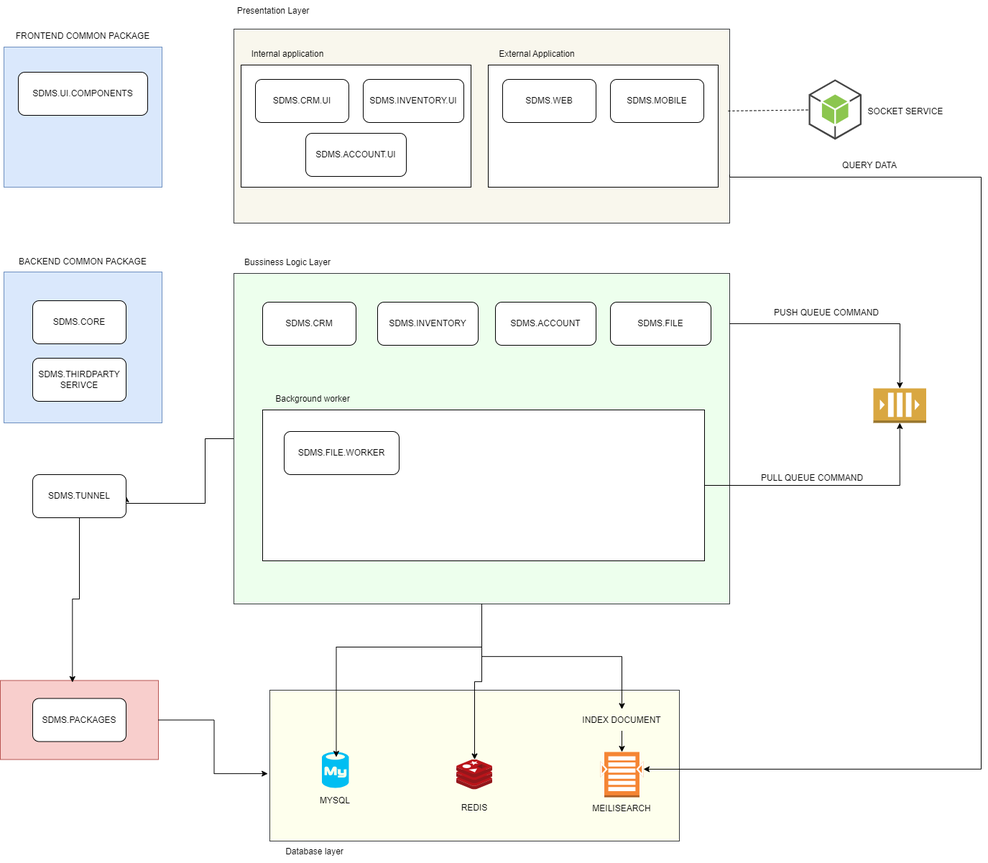
The draw.io diagram images/layer-overview.png in phamvietdung/sdms.architecture, before a commit. Source tidied: cells renumbered, new cells last; positions are measured from the earlier drawing's top-left corner, leaving out a move shared by most shapes.
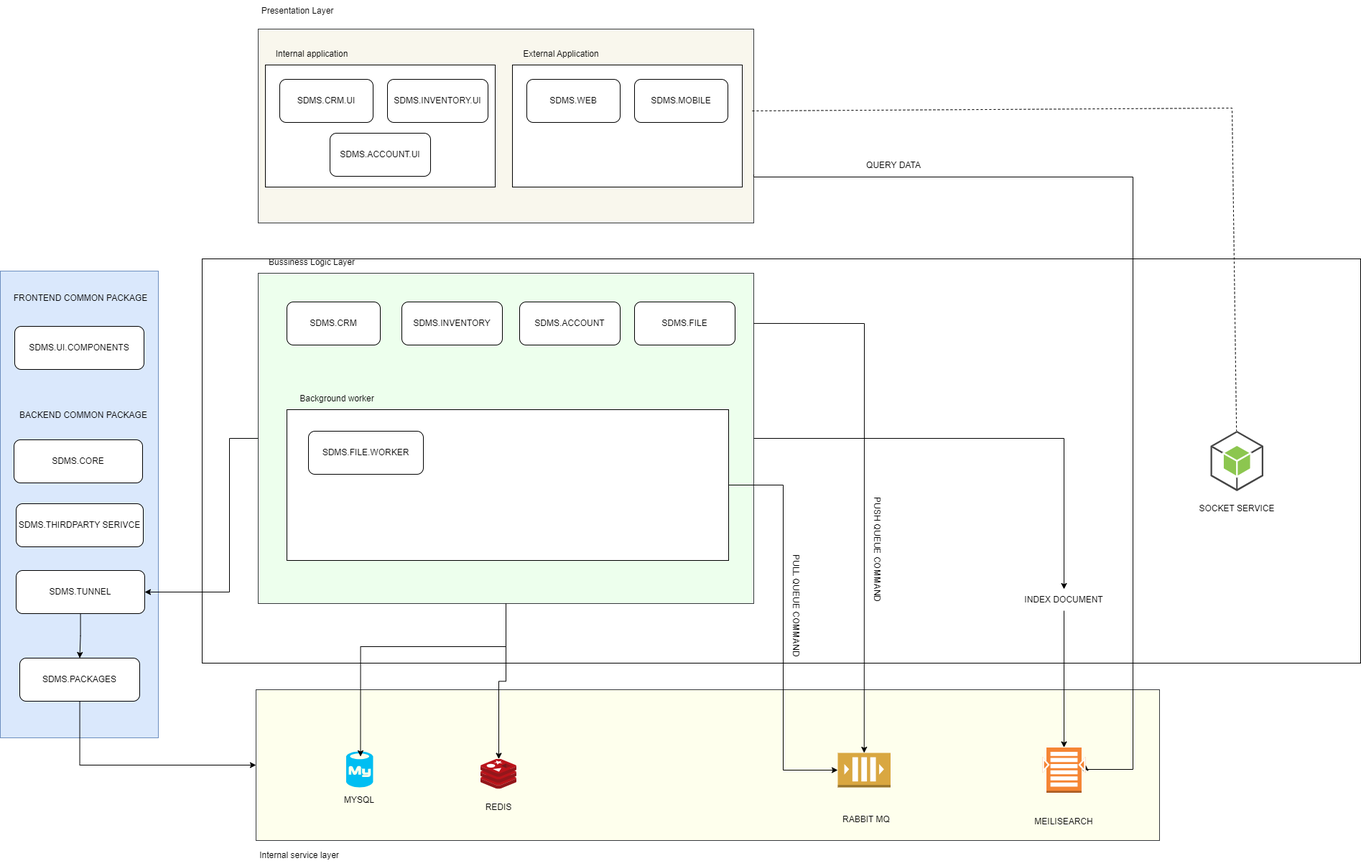
The same file after the commit.

Diff of the diagram source:
```diff
@@ -2,8 +2,11 @@
   <root>
     <mxCell id="0" />
     <mxCell id="1" parent="0" />
+    <mxCell id="58" style="rounded=0;whiteSpace=wrap;html=1;" parent="1" vertex="1">
+      <mxGeometry x="247" y="360" width="1613" height="563" as="geometry" />
+    </mxCell>
     <mxCell id="2" style="rounded=0;whiteSpace=wrap;html=1;fillColor=#FEFFED;strokeColor=#36393d;" parent="1" vertex="1">
-      <mxGeometry x="375" y="960" width="570" height="210" as="geometry" />
+      <mxGeometry x="322" y="960" width="1258" height="210" as="geometry" />
     </mxCell>
     <mxCell id="3" style="rounded=0;whiteSpace=wrap;html=1;fillColor=#f9f7ed;strokeColor=#36393d;" parent="1" vertex="1">
       <mxGeometry x="325" y="40" width="690" height="270" as="geometry" />
@@ -11,15 +14,6 @@
     <mxCell id="4" style="edgeStyle=orthogonalEdgeStyle;rounded=0;jettySize=auto;html=1;" parent="1" edge="1" source="6" target="41">
       <mxGeometry relative="1" as="geometry" />
     </mxCell>
-    <mxCell id="5" style="edgeStyle=orthogonalEdgeStyle;rounded=0;jettySize=auto;html=1;entryX=1;entryY=0.5;entryDx=0;entryDy=0;" parent="1" edge="1" source="6" target="52">
-      <mxGeometry relative="1" as="geometry">
-        <Array as="points">
-          <mxPoint x="285" y="610" />
-          <mxPoint x="285" y="700" />
-          <mxPoint x="175" y="700" />
-        </Array>
-      </mxGeometry>
-    </mxCell>
     <mxCell id="6" style="rounded=0;whiteSpace=wrap;html=1;fillColor=#EDFFED;strokeColor=#36393d;" parent="1" vertex="1">
       <mxGeometry x="325" y="380" width="690" height="460" as="geometry" />
     </mxCell>
@@ -78,53 +72,58 @@
       <mxGeometry x="395" y="600" width="160" height="60" as="geometry" />
     </mxCell>
     <mxCell id="25" style="rounded=0;whiteSpace=wrap;html=1;fillColor=#dae8fc;strokeColor=#6c8ebf;" parent="1" vertex="1">
-      <mxGeometry x="5" y="378" width="220" height="210" as="geometry" />
+      <mxGeometry x="-34" y="377" width="220" height="650" as="geometry" />
     </mxCell>
     <mxCell id="26" value="SDMS.CORE" style="rounded=1;whiteSpace=wrap;html=1;" parent="1" vertex="1">
-      <mxGeometry x="45" y="418" width="130" height="60" as="geometry" />
+      <mxGeometry x="-15" y="612" width="179" height="60" as="geometry" />
     </mxCell>
     <mxCell id="27" value="SDMS.THIRDPARTY SERIVCE" style="rounded=1;whiteSpace=wrap;html=1;" parent="1" vertex="1">
-      <mxGeometry x="45" y="498" width="130" height="60" as="geometry" />
+      <mxGeometry x="-12" y="701" width="177" height="60" as="geometry" />
     </mxCell>
-    <mxCell id="28" style="rounded=0;whiteSpace=wrap;html=1;fillColor=#dae8fc;strokeColor=#6c8ebf;" parent="1" vertex="1">
-      <mxGeometry x="5" y="65" width="220" height="195" as="geometry" />
-    </mxCell>
     <mxCell id="29" value="SDMS.UI.COMPONENTS" style="rounded=1;whiteSpace=wrap;html=1;" parent="1" vertex="1">
-      <mxGeometry x="25" y="100" width="180" height="60" as="geometry" />
+      <mxGeometry x="-14" y="454" width="180" height="60" as="geometry" />
     </mxCell>
-    <mxCell id="30" style="rounded=0;whiteSpace=wrap;html=1;fillColor=#f8cecc;strokeColor=#b85450;" parent="1" vertex="1">
-      <mxGeometry y="946.5" width="220" height="110" as="geometry" />
-    </mxCell>
+    <mxCell id="59" style="edgeStyle=orthogonalEdgeStyle;rounded=0;jettySize=auto;html=1;" parent="1" edge="1" source="31" target="2">
+      <mxGeometry relative="1" as="geometry">
+        <Array as="points">
+          <mxPoint x="77" y="1065" />
+        </Array>
+      </mxGeometry>
+    </mxCell>
     <mxCell id="31" value="SDMS.PACKAGES" style="rounded=1;whiteSpace=wrap;html=1;" parent="1" vertex="1">
-      <mxGeometry x="45" y="971.5" width="130" height="60" as="geometry" />
+      <mxGeometry x="-7" y="916" width="167" height="60" as="geometry" />
     </mxCell>
     <mxCell id="32" style="outlineConnect=0;dashed=0;verticalLabelPosition=bottom;verticalAlign=top;align=center;html=1;shape=mxgraph.aws3.queue;fillColor=#D9A741;gradientColor=none;" parent="1" vertex="1">
-      <mxGeometry x="1215" y="540" width="73.5" height="48" as="geometry" />
+      <mxGeometry x="1132" y="1048" width="73.5" height="48" as="geometry" />
     </mxCell>
     <mxCell id="33" style="endArrow=classic;html=1;rounded=0;exitX=1;exitY=0.152;exitDx=0;exitDy=0;exitPerimeter=0;entryX=0.5;entryY=0;entryDx=0;entryDy=0;entryPerimeter=0;" parent="1" edge="1" source="6" target="32">
       <mxGeometry relative="1" as="geometry">
         <Array as="points">
-          <mxPoint x="1252" y="450" />
+          <mxPoint x="1169" y="450" />
         </Array>
       </mxGeometry>
     </mxCell>
-    <mxCell id="34" style="edgeStyle=orthogonalEdgeStyle;rounded=0;jettySize=auto;html=1;entryX=0.5;entryY=1;entryDx=0;entryDy=0;entryPerimeter=0;" parent="1" edge="1" source="22" target="32">
+    <mxCell id="34" style="edgeStyle=orthogonalEdgeStyle;rounded=0;jettySize=auto;html=1;entryX=0;entryY=0.5;entryDx=0;entryDy=0;entryPerimeter=0;" parent="1" edge="1" source="22" target="32">
       <mxGeometry relative="1" as="geometry" />
     </mxCell>
-    <mxCell id="35" value="PULL QUEUE COMMAND" style="text;html=1;strokeColor=none;fillColor=none;align=center;verticalAlign=middle;whiteSpace=wrap;rounded=0;" parent="1" vertex="1">
-      <mxGeometry x="1035" y="650" width="190" height="30" as="geometry" />
+    <mxCell id="35" value="PULL QUEUE COMMAND" style="text;html=1;strokeColor=none;fillColor=none;align=center;verticalAlign=middle;whiteSpace=wrap;rounded=0;rotation=90;" parent="1" vertex="1">
+      <mxGeometry x="979" y="828" width="190" height="30" as="geometry" />
     </mxCell>
-    <mxCell id="36" value="PUSH QUEUE COMMAND" style="text;html=1;strokeColor=none;fillColor=none;align=center;verticalAlign=middle;whiteSpace=wrap;rounded=0;" parent="1" vertex="1">
-      <mxGeometry x="1055" y="420" width="190" height="30" as="geometry" />
+    <mxCell id="36" value="PUSH QUEUE COMMAND" style="text;html=1;strokeColor=none;fillColor=none;align=center;verticalAlign=middle;whiteSpace=wrap;rounded=0;rotation=90;" parent="1" vertex="1">
+      <mxGeometry x="1092" y="750" width="190" height="30" as="geometry" />
     </mxCell>
     <mxCell id="37" style="outlineConnect=0;dashed=0;verticalLabelPosition=bottom;verticalAlign=top;align=center;html=1;shape=mxgraph.aws3.android;fillColor=#8CC64F;gradientColor=none;" parent="1" vertex="1">
-      <mxGeometry x="1125" y="110" width="73.5" height="84" as="geometry" />
+      <mxGeometry x="1651" y="599.5" width="73.5" height="84" as="geometry" />
     </mxCell>
     <mxCell id="38" style="endArrow=none;dashed=1;html=1;rounded=0;exitX=0.997;exitY=0.422;exitDx=0;exitDy=0;exitPerimeter=0;" parent="1" edge="1" source="3" target="37">
-      <mxGeometry relative="1" as="geometry" />
+      <mxGeometry relative="1" as="geometry">
+        <Array as="points">
+          <mxPoint x="1681" y="150" />
+        </Array>
+      </mxGeometry>
     </mxCell>
     <mxCell id="39" value="SOCKET SERVICE" style="text;html=1;strokeColor=none;fillColor=none;align=center;verticalAlign=middle;whiteSpace=wrap;rounded=0;" parent="1" vertex="1">
-      <mxGeometry x="1165" y="140" width="190" height="30" as="geometry" />
+      <mxGeometry x="1592.8" y="693" width="190" height="30" as="geometry" />
     </mxCell>
     <mxCell id="40" style="verticalLabelPosition=bottom;html=1;verticalAlign=top;align=center;strokeColor=none;fillColor=#00BEF2;shape=mxgraph.azure.mysql_database;" parent="1" vertex="1">
       <mxGeometry x="447.5" y="1046" width="37.5" height="50" as="geometry" />
@@ -136,13 +135,13 @@
       <mxGeometry relative="1" as="geometry">
         <Array as="points">
           <mxPoint x="1015" y="246" />
-          <mxPoint x="1365" y="246" />
-          <mxPoint x="1365" y="1070" />
+          <mxPoint x="1543" y="246" />
+          <mxPoint x="1543" y="1071" />
         </Array>
       </mxGeometry>
     </mxCell>
     <mxCell id="43" style="outlineConnect=0;dashed=0;verticalLabelPosition=bottom;verticalAlign=top;align=center;html=1;shape=mxgraph.aws3.search_documents;fillColor=#F58534;gradientColor=none;" parent="1" vertex="1">
-      <mxGeometry x="835" y="1046" width="60" height="63" as="geometry" />
+      <mxGeometry x="1417" y="1040.5" width="60" height="63" as="geometry" />
     </mxCell>
     <mxCell id="44" style="edgeStyle=orthogonalEdgeStyle;rounded=0;jettySize=auto;html=1;entryX=0.533;entryY=0.14;entryDx=0;entryDy=0;entryPerimeter=0;" parent="1" edge="1" source="6" target="40">
       <mxGeometry relative="1" as="geometry">
@@ -159,7 +158,7 @@
       <mxGeometry relative="1" as="geometry" />
     </mxCell>
     <mxCell id="47" value="INDEX DOCUMENT" style="text;html=1;strokeColor=none;fillColor=none;align=center;verticalAlign=middle;whiteSpace=wrap;rounded=0;" parent="1" vertex="1">
-      <mxGeometry x="805" y="986.5" width="120" height="30" as="geometry" />
+      <mxGeometry x="1387" y="820" width="120" height="30" as="geometry" />
     </mxCell>
     <mxCell id="48" value="QUERY DATA" style="text;html=1;strokeColor=none;fillColor=none;align=center;verticalAlign=middle;whiteSpace=wrap;rounded=0;" parent="1" vertex="1">
       <mxGeometry x="1165" y="215" width="90" height="30" as="geometry" />
@@ -171,25 +170,33 @@
       <mxGeometry x="630" y="1109" width="60" height="30" as="geometry" />
     </mxCell>
     <mxCell id="51" value="MEILISEARCH" style="text;html=1;strokeColor=none;fillColor=none;align=center;verticalAlign=middle;whiteSpace=wrap;rounded=0;" parent="1" vertex="1">
-      <mxGeometry x="810" y="1110" width="110" height="30" as="geometry" />
+      <mxGeometry x="1392" y="1128.5" width="110" height="30" as="geometry" />
     </mxCell>
+    <mxCell id="60" style="edgeStyle=orthogonalEdgeStyle;rounded=0;jettySize=auto;html=1;entryX=0.5;entryY=0;entryDx=0;entryDy=0;" parent="1" edge="1" source="52" target="31">
+      <mxGeometry relative="1" as="geometry" />
+    </mxCell>
     <mxCell id="52" value="SDMS.TUNNEL" style="rounded=1;whiteSpace=wrap;html=1;" parent="1" vertex="1">
-      <mxGeometry x="45" y="660" width="130" height="60" as="geometry" />
+      <mxGeometry x="-12" y="794" width="179" height="60" as="geometry" />
     </mxCell>
-    <mxCell id="53" style="edgeStyle=orthogonalEdgeStyle;rounded=0;jettySize=auto;html=1;entryX=0.456;entryY=0.023;entryDx=0;entryDy=0;entryPerimeter=0;" parent="1" edge="1" source="52" target="30">
-      <mxGeometry relative="1" as="geometry" />
-    </mxCell>
-    <mxCell id="54" style="edgeStyle=orthogonalEdgeStyle;rounded=0;jettySize=auto;html=1;entryX=-0.005;entryY=0.553;entryDx=0;entryDy=0;entryPerimeter=0;" parent="1" edge="1" source="30" target="2">
-      <mxGeometry relative="1" as="geometry" />
-    </mxCell>
     <mxCell id="55" value="BACKEND COMMON PACKAGE" style="text;html=1;strokeColor=none;fillColor=none;align=center;verticalAlign=middle;whiteSpace=wrap;rounded=0;" parent="1" vertex="1">
-      <mxGeometry x="5" y="349" width="220" height="30" as="geometry" />
+      <mxGeometry x="-28" y="563" width="220" height="30" as="geometry" />
     </mxCell>
     <mxCell id="56" value="FRONTEND COMMON PACKAGE" style="text;html=1;strokeColor=none;fillColor=none;align=center;verticalAlign=middle;whiteSpace=wrap;rounded=0;" parent="1" vertex="1">
-      <mxGeometry x="5" y="35" width="220" height="30" as="geometry" />
+      <mxGeometry x="-32" y="400" width="220" height="30" as="geometry" />
     </mxCell>
-    <mxCell id="57" value="Database layer" style="text;html=1;strokeColor=none;fillColor=none;align=center;verticalAlign=middle;whiteSpace=wrap;rounded=0;" parent="1" vertex="1">
-      <mxGeometry x="377" y="1170" width="121" height="30" as="geometry" />
+    <mxCell id="57" value="Internal service layer" style="text;html=1;strokeColor=none;fillColor=none;align=center;verticalAlign=middle;whiteSpace=wrap;rounded=0;" parent="1" vertex="1">
+      <mxGeometry x="322" y="1176" width="121" height="30" as="geometry" />
     </mxCell>
+    <mxCell id="61" value="RABBIT MQ" style="text;html=1;strokeColor=none;fillColor=none;align=center;verticalAlign=middle;whiteSpace=wrap;rounded=0;" parent="1" vertex="1">
+      <mxGeometry x="1117" y="1126" width="110" height="30" as="geometry" />
+    </mxCell>
+    <mxCell id="5" style="edgeStyle=orthogonalEdgeStyle;rounded=0;jettySize=auto;html=1;entryX=1;entryY=0.5;entryDx=0;entryDy=0;" parent="1" edge="1" source="6" target="52">
+      <mxGeometry relative="1" as="geometry">
+        <Array as="points">
+          <mxPoint x="285" y="610" />
+          <mxPoint x="285" y="824" />
+        </Array>
+      </mxGeometry>
+    </mxCell>
   </root>
 </mxGraphModel>
```
